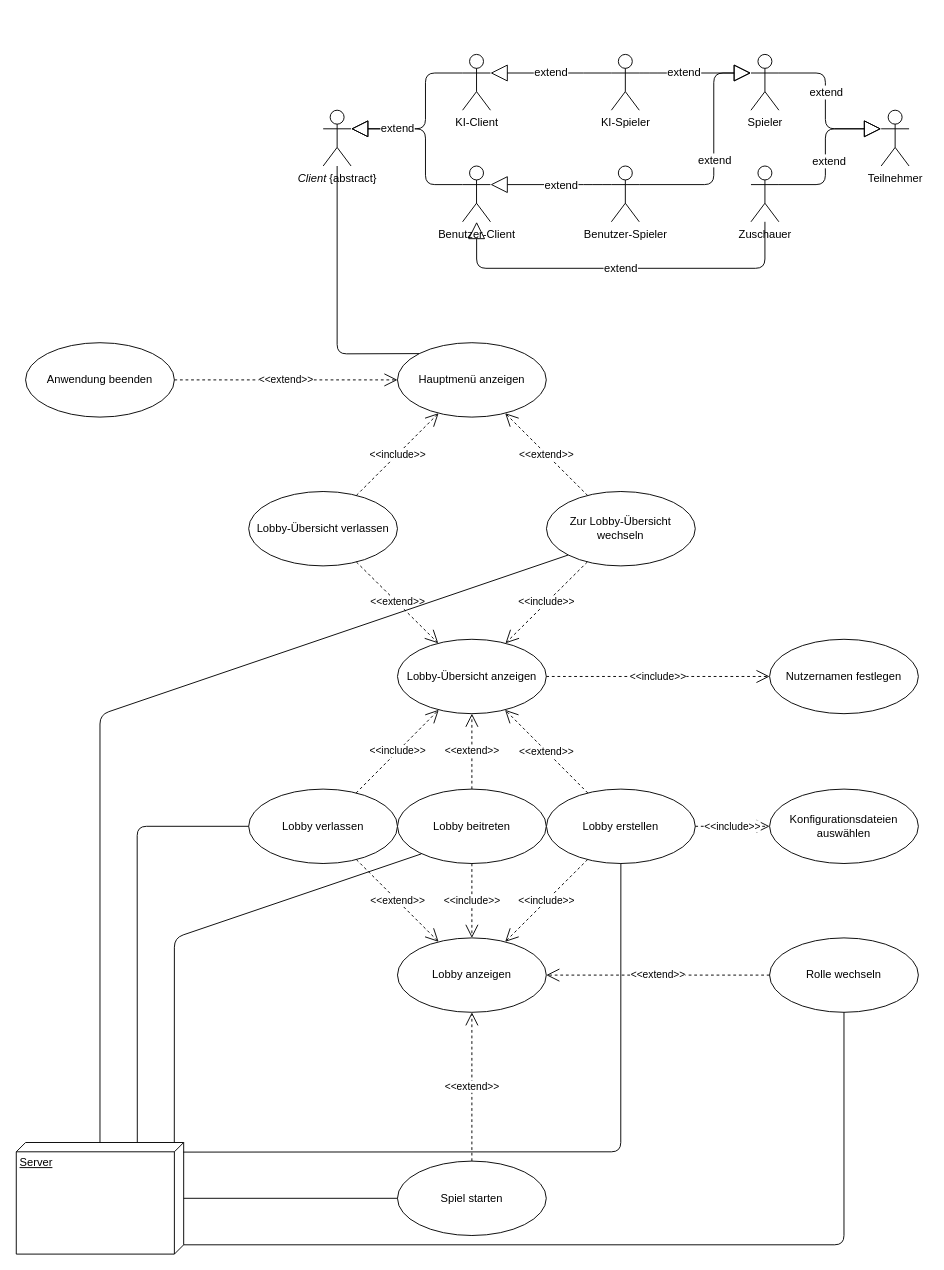
Above: Meilenstein02/use_case_lobbymanagement.drawio in SoPra-Team-17/Meilensteine (draw.io), before the change. Source tidied: cells renumbered, new cells numbered last; positions are measured from the earlier drawing's top-left corner, leaving out a move shared by most shapes. Both pictures are drawn from the tidied source at 93%, with x=0, y=0 at pixel (16, 54).
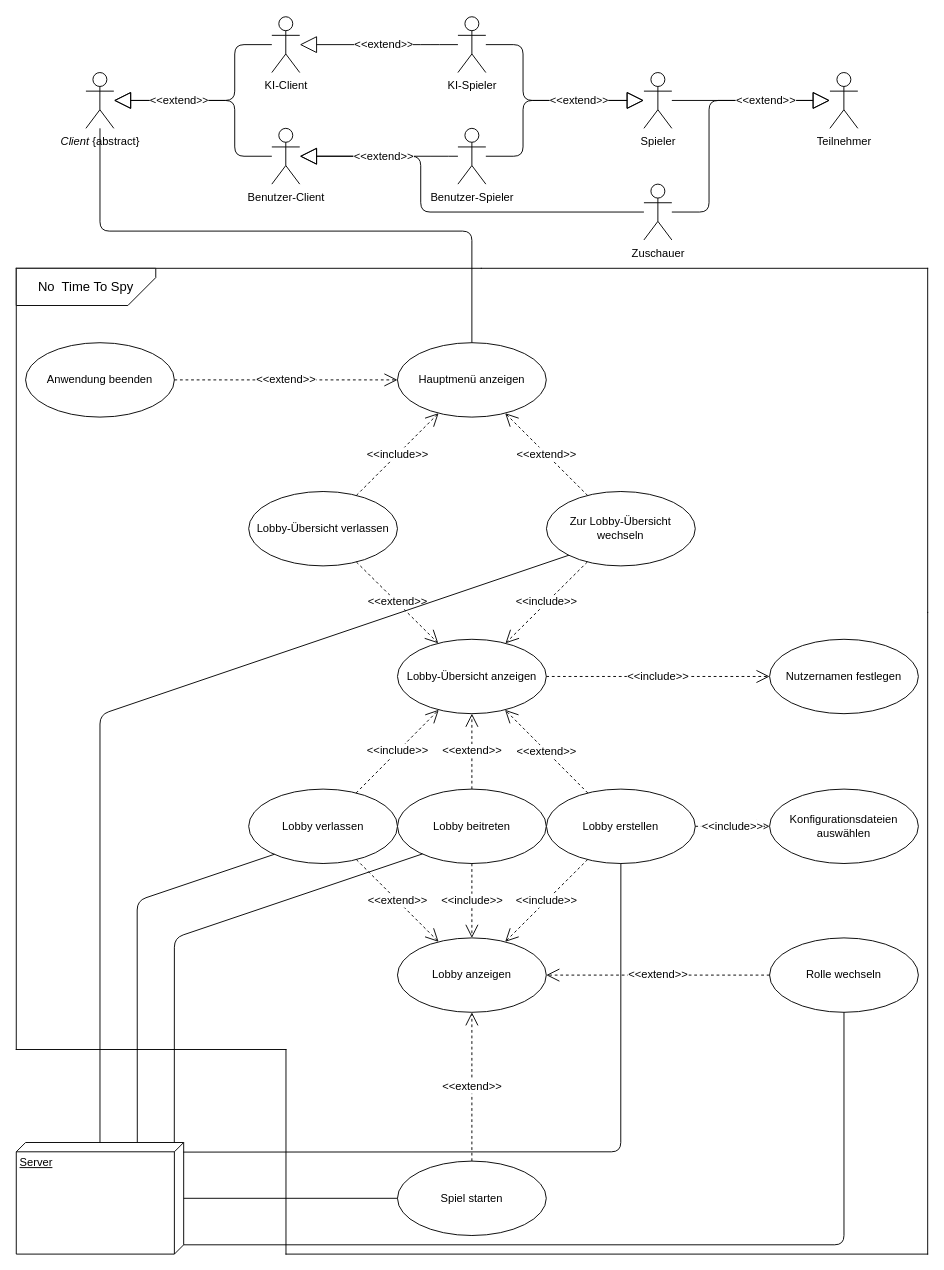
The same page after the edit.

Commit message (it also covers changes not shown here):
Aktuelle Version des Anwendungsfalldiagramms Lobbymanagement

The change refers to these unchanged cells:
```xml
<mxCell id="5" value="Server" style="verticalAlign=top;align=left;spacingTop=8;spacingLeft=2;spacingRight=12;shape=cube;size=10;direction=south;fontStyle=4;html=1;" parent="1" vertex="1">
  <mxGeometry y="1170" width="180" height="120" as="geometry" />
</mxCell>
<mxCell id="6" value="Lobby erstellen" style="ellipse;whiteSpace=wrap;html=1;" parent="1" vertex="1">
  <mxGeometry x="570.1" y="790" width="160" height="80" as="geometry" />
</mxCell>
<mxCell id="7" value="Hauptmenü anzeigen" style="ellipse;whiteSpace=wrap;html=1;" parent="1" vertex="1">
  <mxGeometry x="409.9" y="310" width="160" height="80" as="geometry" />
</mxCell>
<mxCell id="8" value="Lobby-Übersicht anzeigen" style="ellipse;whiteSpace=wrap;html=1;" parent="1" vertex="1">
  <mxGeometry x="409.9" y="628.9" width="160" height="80" as="geometry" />
</mxCell>
<mxCell id="9" value="Lobby anzeigen" style="ellipse;whiteSpace=wrap;html=1;" parent="1" vertex="1">
  <mxGeometry x="409.9" y="950" width="160" height="80" as="geometry" />
</mxCell>
<mxCell id="10" value="Lobby beitreten" style="ellipse;whiteSpace=wrap;html=1;" parent="1" vertex="1">
  <mxGeometry x="409.9" y="790" width="160" height="80" as="geometry" />
</mxCell>
<mxCell id="13" value="Lobby verlassen" style="ellipse;whiteSpace=wrap;html=1;" parent="1" vertex="1">
  <mxGeometry x="249.9" y="790" width="160" height="80" as="geometry" />
</mxCell>
<mxCell id="16" value="Lobby-Übersicht verlassen" style="ellipse;whiteSpace=wrap;html=1;" parent="1" vertex="1">
  <mxGeometry x="249.9" y="470" width="160" height="80" as="geometry" />
</mxCell>
<mxCell id="19" value="Anwendung beenden" style="ellipse;whiteSpace=wrap;html=1;" parent="1" vertex="1">
  <mxGeometry x="10" y="310" width="160" height="80" as="geometry" />
</mxCell>
<mxCell id="21" value="Spiel starten" style="ellipse;whiteSpace=wrap;html=1;" parent="1" vertex="1">
  <mxGeometry x="409.9" y="1190" width="160" height="80" as="geometry" />
</mxCell>
<mxCell id="23" value="Rolle wechseln" style="ellipse;whiteSpace=wrap;html=1;" parent="1" vertex="1">
  <mxGeometry x="810" y="950" width="160" height="80" as="geometry" />
</mxCell>
<mxCell id="25" value="Konfigurationsdateien auswählen" style="ellipse;whiteSpace=wrap;html=1;" parent="1" vertex="1">
  <mxGeometry x="810" y="790" width="160" height="80" as="geometry" />
</mxCell>
<mxCell id="27" value="Nutzernamen festlegen" style="ellipse;whiteSpace=wrap;html=1;" parent="1" vertex="1">
  <mxGeometry x="810" y="628.9" width="160" height="80" as="geometry" />
</mxCell>
<mxCell id="29" value="Zur Lobby-Übersicht wechseln" style="ellipse;whiteSpace=wrap;html=1;" parent="1" vertex="1">
  <mxGeometry x="570.1" y="470" width="160" height="80" as="geometry" />
</mxCell>
```

What changed in the source:
```diff
@@
+    <mxCell id="59" style="shape=partialRectangle;whiteSpace=wrap;html=1;bottom=0;right=0;fillColor=none;flipH=1;" parent="1" vertex="1">
+      <mxGeometry x="500" y="230" width="480" height="370" as="geometry" />
+    </mxCell>
+    <mxCell id="60" style="shape=partialRectangle;whiteSpace=wrap;html=1;bottom=0;right=0;fillColor=none;flipH=1;flipV=1;" parent="1" vertex="1">
+      <mxGeometry x="290" y="600" width="690" height="690" as="geometry" />
+    </mxCell>
+    <mxCell id="61" style="shape=partialRectangle;whiteSpace=wrap;html=1;bottom=0;right=0;fillColor=none;" parent="1" vertex="1">
+      <mxGeometry y="230" width="500" height="840" as="geometry" />
+    </mxCell>
+    <mxCell id="42" style="endArrow=block;endSize=16;endFill=0;html=1;edgeStyle=orthogonalEdgeStyle;" parent="1" edge="1" source="41" target="36">
+      <mxGeometry relative="1" as="geometry">
+        <Array as="points">
+          <mxPoint x="434.9" y="169.5" />
+          <mxPoint x="434.9" y="109.5" />
+        </Array>
+      </mxGeometry>
+    </mxCell>
     <mxCell id="2" style="endArrow=block;endSize=16;endFill=0;html=1;edgeStyle=orthogonalEdgeStyle;" parent="1" edge="1" source="40" target="36">
       <mxGeometry relative="1" as="geometry">
         <Array as="points">
-          <mxPoint x="620" y="140" />
-          <mxPoint x="620" y="140" />
+          <mxPoint x="454.9" y="109.5" />
+          <mxPoint x="454.9" y="109.5" />
         </Array>
       </mxGeometry>
     </mxCell>
-    <mxCell id="3" value="extend" style="text;html=1;align=center;verticalAlign=middle;labelBackgroundColor=#ffffff;" parent="2" vertex="1">
+    <mxCell id="3" value="&lt;font style=&quot;font-size: 12px&quot;&gt;&amp;lt;&amp;lt;extend&lt;/font&gt;&amp;gt;&amp;gt;" style="text;html=1;align=center;verticalAlign=middle;labelBackgroundColor=#ffffff;" parent="2" vertex="1">
       <mxGeometry x="-0.15" y="3" relative="1" as="geometry">
-        <mxPoint x="0.1" y="-3" as="offset" />
+        <mxPoint x="-8.3" y="-2.7" as="offset" />
       </mxGeometry>
     </mxCell>
     <mxCell id="4" style="endArrow=block;endSize=16;endFill=0;html=1;edgeStyle=orthogonalEdgeStyle;" parent="1" edge="1" source="36" target="34">
       <mxGeometry relative="1" as="geometry">
         <Array as="points">
-          <mxPoint x="440" y="140" />
-          <mxPoint x="440" y="80" />
+          <mxPoint x="234.9" y="109.5" />
+          <mxPoint x="234.9" y="49.5" />
         </Array>
       </mxGeometry>
     </mxCell>
@@
-    <mxCell id="11" value="&amp;lt;&amp;lt;include&amp;gt;&amp;gt;" style="endArrow=open;endSize=12;dashed=1;html=1;" parent="1" edge="1" source="6" target="9">
+    <mxCell id="11" value="&lt;font style=&quot;font-size: 12px&quot;&gt;&amp;lt;&amp;lt;include&amp;gt;&amp;gt;&lt;/font&gt;" style="endArrow=open;endSize=12;dashed=1;html=1;" parent="1" edge="1" source="6" target="9">
       <mxGeometry relative="1" as="geometry" />
     </mxCell>
-    <mxCell id="12" value="&amp;lt;&amp;lt;include&amp;gt;&amp;gt;" style="endArrow=open;endSize=12;dashed=1;html=1;" parent="1" edge="1" source="10" target="9">
+    <mxCell id="12" value="&lt;font style=&quot;font-size: 12px&quot;&gt;&amp;lt;&amp;lt;include&amp;gt;&amp;gt;&lt;/font&gt;" style="endArrow=open;endSize=12;dashed=1;html=1;" parent="1" edge="1" source="10" target="9">
       <mxGeometry relative="1" as="geometry" />
     </mxCell>
@@
-    <mxCell id="14" value="&amp;lt;&amp;lt;extend&amp;gt;&amp;gt;" style="endArrow=open;endSize=12;dashed=1;html=1;" parent="1" edge="1" source="13" target="9">
+    <mxCell id="14" value="&lt;font style=&quot;font-size: 12px&quot;&gt;&amp;lt;&amp;lt;extend&amp;gt;&amp;gt;&lt;/font&gt;" style="endArrow=open;endSize=12;dashed=1;html=1;" parent="1" edge="1" source="13" target="9">
       <mxGeometry relative="1" as="geometry" />
     </mxCell>
-    <mxCell id="15" value="&amp;lt;&amp;lt;include&amp;gt;&amp;gt;" style="endArrow=open;endSize=12;dashed=1;html=1;" parent="1" edge="1" source="13" target="8">
+    <mxCell id="15" value="&lt;font style=&quot;font-size: 12px&quot;&gt;&amp;lt;&amp;lt;include&amp;gt;&amp;gt;&lt;/font&gt;" style="endArrow=open;endSize=12;dashed=1;html=1;" parent="1" edge="1" source="13" target="8">
       <mxGeometry relative="1" as="geometry" />
     </mxCell>
@@
-    <mxCell id="17" value="&amp;lt;&amp;lt;include&amp;gt;&amp;gt;" style="endArrow=open;endSize=12;dashed=1;html=1;" parent="1" edge="1" source="16" target="7">
+    <mxCell id="17" value="&lt;font style=&quot;font-size: 12px&quot;&gt;&amp;lt;&amp;lt;include&amp;gt;&amp;gt;&lt;/font&gt;" style="endArrow=open;endSize=12;dashed=1;html=1;" parent="1" edge="1" source="16" target="7">
       <mxGeometry relative="1" as="geometry" />
     </mxCell>
-    <mxCell id="18" value="&amp;lt;&amp;lt;extend&amp;gt;&amp;gt;" style="endArrow=open;endSize=12;dashed=1;html=1;" parent="1" edge="1" source="16" target="8">
+    <mxCell id="18" value="&lt;font style=&quot;font-size: 12px&quot;&gt;&amp;lt;&amp;lt;extend&amp;gt;&amp;gt;&lt;/font&gt;" style="endArrow=open;endSize=12;dashed=1;html=1;" parent="1" edge="1" source="16" target="8">
       <mxGeometry relative="1" as="geometry" />
     </mxCell>
@@
-    <mxCell id="20" value="&amp;lt;&amp;lt;extend&amp;gt;&amp;gt;" style="endArrow=open;endSize=12;dashed=1;html=1;" parent="1" edge="1" source="19" target="7">
+    <mxCell id="20" value="&lt;font style=&quot;font-size: 12px&quot;&gt;&amp;lt;&amp;lt;extend&amp;gt;&amp;gt;&lt;/font&gt;" style="endArrow=open;endSize=12;dashed=1;html=1;" parent="1" edge="1" source="19" target="7">
       <mxGeometry relative="1" as="geometry" />
     </mxCell>
@@
-    <mxCell id="22" value="&amp;lt;&amp;lt;extend&amp;gt;&amp;gt;" style="endArrow=open;endSize=12;dashed=1;html=1;" parent="1" edge="1" source="21" target="9">
+    <mxCell id="22" value="&lt;font style=&quot;font-size: 12px&quot;&gt;&amp;lt;&amp;lt;extend&amp;gt;&amp;gt;&lt;/font&gt;" style="endArrow=open;endSize=12;dashed=1;html=1;" parent="1" edge="1" source="21" target="9">
       <mxGeometry relative="1" as="geometry" />
     </mxCell>
@@
-    <mxCell id="24" value="&amp;lt;&amp;lt;extend&amp;gt;&amp;gt;" style="endArrow=open;endSize=12;dashed=1;html=1;" parent="1" edge="1" source="23" target="9">
+    <mxCell id="24" value="&lt;font style=&quot;font-size: 12px&quot;&gt;&amp;lt;&amp;lt;extend&amp;gt;&amp;gt;&lt;/font&gt;" style="endArrow=open;endSize=12;dashed=1;html=1;" parent="1" edge="1" source="23" target="9">
       <mxGeometry relative="1" as="geometry" />
     </mxCell>
@@
-    <mxCell id="26" value="&amp;lt;&amp;lt;include&amp;gt;&amp;gt;" style="endArrow=open;endSize=12;dashed=1;html=1;" parent="1" edge="1" source="6" target="25">
+    <mxCell id="26" value="&lt;font style=&quot;font-size: 12px&quot;&gt;&amp;lt;&amp;lt;include&amp;gt;&amp;gt;&lt;/font&gt;" style="endArrow=open;endSize=12;dashed=1;html=1;" parent="1" edge="1" source="6" target="25">
       <mxGeometry relative="1" as="geometry" />
     </mxCell>
@@
-    <mxCell id="28" value="&amp;lt;&amp;lt;include&amp;gt;&amp;gt;" style="endArrow=open;endSize=12;dashed=1;html=1;" parent="1" edge="1" source="8" target="27">
+    <mxCell id="28" value="&lt;font style=&quot;font-size: 12px&quot;&gt;&amp;lt;&amp;lt;include&amp;gt;&amp;gt;&lt;/font&gt;" style="endArrow=open;endSize=12;dashed=1;html=1;" parent="1" edge="1" source="8" target="27">
       <mxGeometry relative="1" as="geometry" />
     </mxCell>
@@
-    <mxCell id="30" value="&amp;lt;&amp;lt;extend&amp;gt;&amp;gt;" style="endArrow=open;endSize=12;dashed=1;html=1;" parent="1" edge="1" source="29" target="7">
+    <mxCell id="30" value="&lt;font style=&quot;font-size: 12px&quot;&gt;&amp;lt;&amp;lt;extend&amp;gt;&amp;gt;&lt;/font&gt;" style="endArrow=open;endSize=12;dashed=1;html=1;" parent="1" edge="1" source="29" target="7">
       <mxGeometry relative="1" as="geometry" />
     </mxCell>
-    <mxCell id="31" value="&amp;lt;&amp;lt;include&amp;gt;&amp;gt;" style="endArrow=open;endSize=12;dashed=1;html=1;" parent="1" edge="1" source="29" target="8">
+    <mxCell id="31" value="&lt;font style=&quot;font-size: 12px&quot;&gt;&amp;lt;&amp;lt;include&amp;gt;&amp;gt;&lt;/font&gt;" style="endArrow=open;endSize=12;dashed=1;html=1;" parent="1" edge="1" source="29" target="8">
       <mxGeometry relative="1" as="geometry" />
     </mxCell>
-    <mxCell id="32" value="&amp;lt;&amp;lt;extend&amp;gt;&amp;gt;" style="endArrow=open;endSize=12;dashed=1;html=1;" parent="1" edge="1" source="6" target="8">
+    <mxCell id="32" value="&lt;font style=&quot;font-size: 12px&quot;&gt;&amp;lt;&amp;lt;extend&amp;gt;&amp;gt;&lt;/font&gt;" style="endArrow=open;endSize=12;dashed=1;html=1;" parent="1" edge="1" source="6" target="8">
       <mxGeometry relative="1" as="geometry" />
     </mxCell>
-    <mxCell id="33" value="&amp;lt;&amp;lt;extend&amp;gt;&amp;gt;" style="endArrow=open;endSize=12;dashed=1;html=1;" parent="1" edge="1" source="10" target="8">
+    <mxCell id="33" value="&lt;font style=&quot;font-size: 12px&quot;&gt;&amp;lt;&amp;lt;extend&amp;gt;&amp;gt;&lt;/font&gt;" style="endArrow=open;endSize=12;dashed=1;html=1;" parent="1" edge="1" source="10" target="8">
       <mxGeometry relative="1" as="geometry" />
     </mxCell>
     <mxCell id="34" value="&lt;i&gt;Client&lt;/i&gt; {abstract}" style="shape=umlActor;verticalLabelPosition=bottom;labelBackgroundColor=#ffffff;verticalAlign=top;html=1;outlineConnect=0;" parent="1" vertex="1">
-      <mxGeometry x="330" y="60" width="30" height="60" as="geometry" />
+      <mxGeometry x="74.9" y="19.5" width="30" height="60" as="geometry" />
     </mxCell>
     <mxCell id="35" value="KI-Client" style="shape=umlActor;verticalLabelPosition=bottom;labelBackgroundColor=#ffffff;verticalAlign=top;html=1;outlineConnect=0;" parent="1" vertex="1">
-      <mxGeometry x="479.9" width="30" height="60" as="geometry" />
+      <mxGeometry x="274.8" y="-40.5" width="30" height="60" as="geometry" />
     </mxCell>
     <mxCell id="36" value="Benutzer-Client" style="shape=umlActor;verticalLabelPosition=bottom;labelBackgroundColor=#ffffff;verticalAlign=top;html=1;outlineConnect=0;" parent="1" vertex="1">
-      <mxGeometry x="479.9" y="120" width="30" height="60" as="geometry" />
+      <mxGeometry x="274.8" y="79.5" width="30" height="60" as="geometry" />
     </mxCell>
-    <mxCell id="37" value="&lt;font style=&quot;font-size: 12px&quot;&gt;extend&lt;/font&gt;" style="endArrow=block;endSize=16;endFill=0;html=1;edgeStyle=orthogonalEdgeStyle;" parent="1" edge="1" source="35" target="34">
-      <mxGeometry x="0.44" relative="1" as="geometry">
+    <mxCell id="37" value="&lt;font style=&quot;font-size: 12px&quot;&gt;&amp;lt;&amp;lt;extend&lt;/font&gt;&amp;gt;&amp;gt;" style="endArrow=block;endSize=16;endFill=0;html=1;edgeStyle=orthogonalEdgeStyle;" parent="1" edge="1" source="35" target="34">
+      <mxGeometry x="0.39" relative="1" as="geometry">
         <Array as="points">
-          <mxPoint x="440" y="20" />
-          <mxPoint x="440" y="80" />
+          <mxPoint x="234.9" y="-10.5" />
+          <mxPoint x="234.9" y="49.5" />
         </Array>
       </mxGeometry>
     </mxCell>
     <mxCell id="38" value="KI-Spieler" style="shape=umlActor;verticalLabelPosition=bottom;labelBackgroundColor=#ffffff;verticalAlign=top;html=1;outlineConnect=0;" parent="1" vertex="1">
-      <mxGeometry x="639.9" width="30" height="60" as="geometry" />
+      <mxGeometry x="474.9" y="-40.5" width="30" height="60" as="geometry" />
     </mxCell>
     <mxCell id="39" value="Teilnehmer" style="shape=umlActor;verticalLabelPosition=bottom;labelBackgroundColor=#ffffff;verticalAlign=top;html=1;outlineConnect=0;" parent="1" vertex="1">
-      <mxGeometry x="930" y="60" width="30" height="60" as="geometry" />
+      <mxGeometry x="874.9" y="19.5" width="30" height="60" as="geometry" />
     </mxCell>
     <mxCell id="40" value="Benutzer-Spieler" style="shape=umlActor;verticalLabelPosition=bottom;labelBackgroundColor=#ffffff;verticalAlign=top;html=1;outlineConnect=0;" parent="1" vertex="1">
-      <mxGeometry x="639.9" y="120" width="30" height="60" as="geometry" />
+      <mxGeometry x="474.9" y="79.5" width="30" height="60" as="geometry" />
     </mxCell>
     <mxCell id="41" value="Zuschauer" style="shape=umlActor;verticalLabelPosition=bottom;labelBackgroundColor=#ffffff;verticalAlign=top;html=1;outlineConnect=0;" parent="1" vertex="1">
-      <mxGeometry x="790" y="120" width="30" height="60" as="geometry" />
+      <mxGeometry x="674.9" y="139.5" width="30" height="60" as="geometry" />
     </mxCell>
-    <mxCell id="42" value="&lt;font style=&quot;font-size: 12px&quot;&gt;extend&lt;/font&gt;" style="endArrow=block;endSize=16;endFill=0;html=1;edgeStyle=orthogonalEdgeStyle;" parent="1" edge="1" source="41" target="36">
-      <mxGeometry relative="1" as="geometry">
-        <Array as="points">
-          <mxPoint x="805" y="230" />
-          <mxPoint x="495" y="230" />
-        </Array>
-      </mxGeometry>
-    </mxCell>
-    <mxCell id="43" value="&lt;font style=&quot;font-size: 12px&quot;&gt;extend&lt;/font&gt;" style="endArrow=block;endSize=16;endFill=0;html=1;edgeStyle=orthogonalEdgeStyle;" parent="1" edge="1" source="38" target="35">
-      <mxGeometry relative="1" as="geometry">
+    <mxCell id="43" value="&lt;font style=&quot;font-size: 12px&quot;&gt;&amp;lt;&amp;lt;extend&lt;/font&gt;&amp;gt;&amp;gt;" style="endArrow=block;endSize=16;endFill=0;html=1;edgeStyle=orthogonalEdgeStyle;" parent="1" edge="1" source="38" target="35">
+      <mxGeometry x="-0.06" relative="1" as="geometry">
         <Array as="points">
-          <mxPoint x="600" y="20" />
-          <mxPoint x="600" y="20" />
+          <mxPoint x="444.9" y="-10.5" />
+          <mxPoint x="444.9" y="-10.5" />
         </Array>
       </mxGeometry>
     </mxCell>
     <mxCell id="44" style="endArrow=block;endSize=16;endFill=0;html=1;edgeStyle=orthogonalEdgeStyle;" parent="1" edge="1" source="40" target="51">
       <mxGeometry relative="1" as="geometry">
         <Array as="points">
-          <mxPoint x="750" y="140" />
-          <mxPoint x="750" y="20" />
+          <mxPoint x="544.9" y="109.5" />
+          <mxPoint x="544.9" y="49.5" />
         </Array>
       </mxGeometry>
     </mxCell>
-    <mxCell id="45" value="extend" style="text;html=1;align=center;verticalAlign=middle;labelBackgroundColor=#ffffff;" parent="44" vertex="1">
-      <mxGeometry x="-0.11" relative="1" as="geometry" />
-    </mxCell>
     <mxCell id="46" style="endArrow=block;endSize=16;endFill=0;html=1;edgeStyle=orthogonalEdgeStyle;" parent="1" edge="1" source="41" target="39">
       <mxGeometry relative="1" as="geometry">
         <Array as="points">
-          <mxPoint x="870" y="140" />
-          <mxPoint x="870" y="80" />
+          <mxPoint x="744.9" y="169.5" />
+          <mxPoint x="744.9" y="49.5" />
         </Array>
       </mxGeometry>
     </mxCell>
-    <mxCell id="47" value="extend" style="text;html=1;align=center;verticalAlign=middle;labelBackgroundColor=#ffffff;" parent="46" vertex="1">
-      <mxGeometry x="0.09" y="-3" relative="1" as="geometry">
-        <mxPoint y="17" as="offset" />
-      </mxGeometry>
-    </mxCell>
-    <mxCell id="48" value="&lt;font style=&quot;font-size: 12px&quot;&gt;extend&lt;/font&gt;" style="endArrow=block;endSize=16;endFill=0;html=1;edgeStyle=orthogonalEdgeStyle;" parent="1" edge="1" source="38" target="51">
-      <mxGeometry x="-0.2" relative="1" as="geometry">
+    <mxCell id="48" value="&lt;font style=&quot;font-size: 12px&quot;&gt;&amp;lt;&amp;lt;extend&lt;/font&gt;&amp;gt;&amp;gt;" style="endArrow=block;endSize=16;endFill=0;html=1;edgeStyle=orthogonalEdgeStyle;" parent="1" edge="1" source="38" target="51">
+      <mxGeometry x="0.39" relative="1" as="geometry">
         <Array as="points">
-          <mxPoint x="680" y="20" />
-          <mxPoint x="680" y="20" />
+          <mxPoint x="544.9" y="-10.5" />
+          <mxPoint x="544.9" y="49.5" />
         </Array>
       </mxGeometry>
     </mxCell>
     <mxCell id="49" style="edgeStyle=orthogonalEdgeStyle;rounded=1;jettySize=auto;html=1;endArrow=block;endFill=0;endSize=16;" parent="1" edge="1" source="51" target="39">
       <mxGeometry relative="1" as="geometry">
         <Array as="points">
-          <mxPoint x="870" y="20" />
-          <mxPoint x="870" y="80" />
+          <mxPoint x="674.9" y="49.5" />
+          <mxPoint x="674.9" y="49.5" />
         </Array>
       </mxGeometry>
     </mxCell>
-    <mxCell id="50" value="extend" style="text;html=1;align=center;verticalAlign=middle;labelBackgroundColor=#ffffff;" parent="49" vertex="1">
+    <mxCell id="50" value="&lt;font style=&quot;font-size: 12px&quot;&gt;&amp;lt;&amp;lt;extend&lt;/font&gt;&amp;gt;&amp;gt;" style="text;html=1;align=center;verticalAlign=middle;labelBackgroundColor=#ffffff;" parent="49" vertex="1">
       <mxGeometry x="-0.39" y="-8" relative="1" as="geometry">
-        <mxPoint x="8" y="18" as="offset" />
+        <mxPoint x="48.3" y="-8" as="offset" />
       </mxGeometry>
     </mxCell>
     <mxCell id="51" value="Spieler" style="shape=umlActor;verticalLabelPosition=bottom;labelBackgroundColor=#ffffff;verticalAlign=top;html=1;outlineConnect=0;" parent="1" vertex="1">
-      <mxGeometry x="790" width="30" height="60" as="geometry" />
+      <mxGeometry x="674.9" y="19.5" width="30" height="60" as="geometry" />
     </mxCell>
-    <mxCell id="52" style="endArrow=none;html=1;exitX=0;exitY=0;exitDx=0;exitDy=0;" parent="1" edge="1" source="7" target="34">
-      <mxGeometry relative="1" as="geometry">
-        <Array as="points">
-          <mxPoint x="345" y="322" />
-        </Array>
-      </mxGeometry>
-    </mxCell>
-    <mxCell id="53" style="endArrow=none;html=1;exitX=0;exitY=1;exitDx=0;exitDy=0;" parent="1" edge="1" source="29">
+    <mxCell id="53" style="endArrow=none;html=1;exitX=0.151;exitY=0.856;exitDx=0;exitDy=0;exitPerimeter=0;" parent="1" edge="1" source="29">
       <mxGeometry relative="1" as="geometry">
         <mxPoint x="90" y="1170" as="targetPoint" />
         <Array as="points">
           <mxPoint x="90" y="710" />
         </Array>
       </mxGeometry>
     </mxCell>
-    <mxCell id="54" style="endArrow=none;html=1;entryX=0;entryY=0.056;entryDx=0;entryDy=0;entryPerimeter=0;exitX=0.16;exitY=0.871;exitDx=0;exitDy=0;exitPerimeter=0;" parent="1" edge="1" source="10" target="5">
+    <mxCell id="54" style="endArrow=none;html=1;entryX=0;entryY=0.056;entryDx=0;entryDy=0;entryPerimeter=0;exitX=0.168;exitY=0.871;exitDx=0;exitDy=0;exitPerimeter=0;" parent="1" edge="1" source="10" target="5">
       <mxGeometry relative="1" as="geometry">
         <Array as="points">
           <mxPoint x="170" y="950" />
         </Array>
       </mxGeometry>
     </mxCell>
@@
-    <mxCell id="58" style="endArrow=none;html=1;entryX=-0.004;entryY=0.277;entryDx=0;entryDy=0;entryPerimeter=0;" parent="1" edge="1" source="13" target="5">
+    <mxCell id="58" style="endArrow=none;html=1;entryX=-0.004;entryY=0.277;entryDx=0;entryDy=0;entryPerimeter=0;exitX=0.173;exitY=0.876;exitDx=0;exitDy=0;exitPerimeter=0;" parent="1" edge="1" source="13" target="5">
       <mxGeometry relative="1" as="geometry">
         <Array as="points">
-          <mxPoint x="130" y="830" />
+          <mxPoint x="130" y="910" />
         </Array>
       </mxGeometry>
     </mxCell>
+    <mxCell id="62" style="shape=partialRectangle;whiteSpace=wrap;html=1;bottom=0;right=0;fillColor=none;flipH=1;" parent="1" vertex="1">
+      <mxGeometry y="1070" width="290" height="220" as="geometry" />
+    </mxCell>
+    <mxCell id="63" value="&lt;font style=&quot;font-size: 14px&quot;&gt;No&amp;nbsp; Time To Spy&lt;/font&gt;" style="shape=card;whiteSpace=wrap;html=1;flipV=1;flipH=1;" parent="1" vertex="1">
+      <mxGeometry y="230" width="150" height="40" as="geometry" />
+    </mxCell>
+    <mxCell id="52" style="endArrow=none;html=1;edgeStyle=orthogonalEdgeStyle;" parent="1" edge="1" source="7" target="34">
+      <mxGeometry relative="1" as="geometry">
+        <Array as="points">
+          <mxPoint x="490" y="190" />
+          <mxPoint x="90" y="190" />
+        </Array>
+      </mxGeometry>
+    </mxCell>
```
